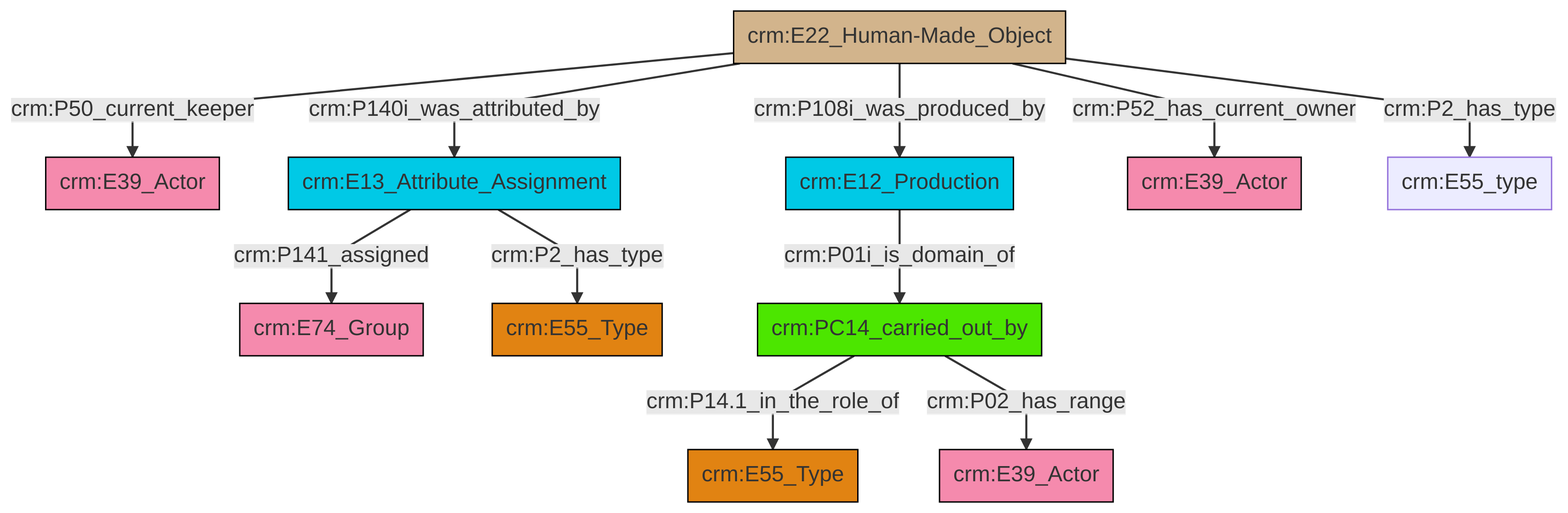
Before: et/artworkCSV/ttl/mmd/png/Artwork_Actor_Relations.png, a diagram exported from Mermaid (swiss-art-research-net/reference-data-models). Its source is kept beside it as et/artworkCSV/ttl/mmd/Artwork_Actor_Relations.ttl.mmd.
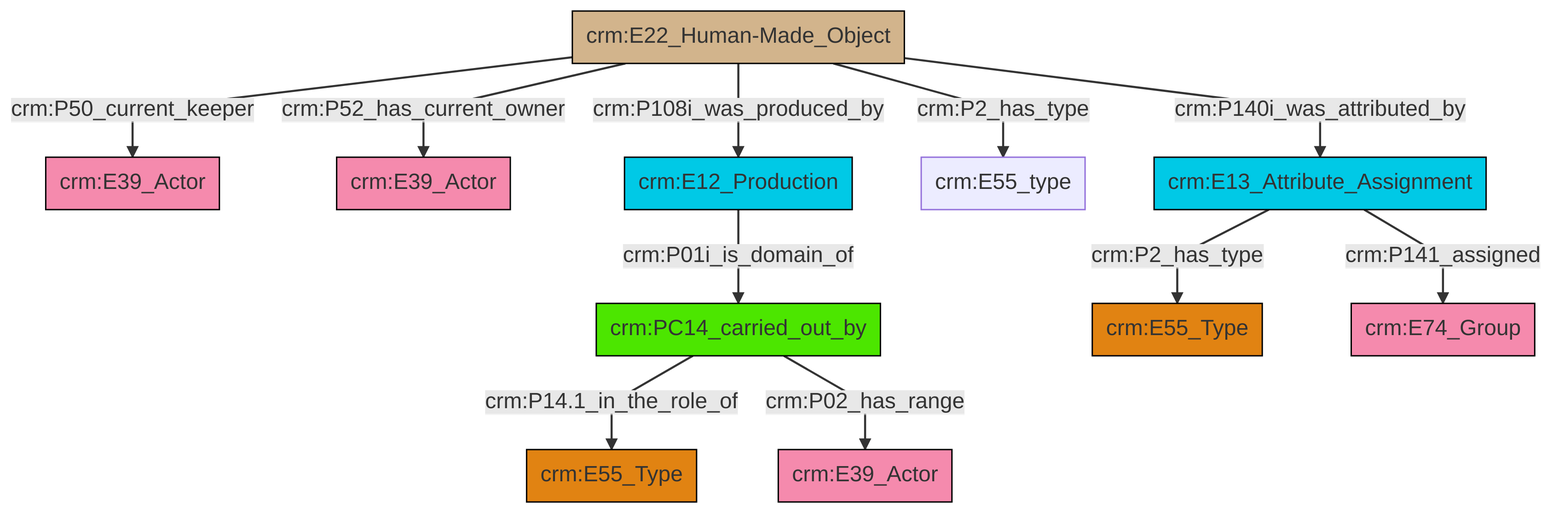
Above is the later version.

What changed in the source:
```diff
@@ -13,13 +13,13 @@
 classDef PC_Classes fill:#4ce600, stroke:#000000;
 classDef Multi fill:#cccccc,stroke:#000000;
 
-2["crm:E22_Human-Made_Object"]:::Physical_Thing -->|crm:P50_current_keeper| 3["crm:E39_Actor"]:::Actor
-2["crm:E22_Human-Made_Object"]:::Physical_Thing -->|crm:P140i_was_attributed_by| 4["crm:E13_Attribute_Assignment"]:::Temporal_Entity
-8["crm:E12_Production"]:::Temporal_Entity -->|crm:P01i_is_domain_of| 9["crm:PC14_carried_out_by"]:::PC_Classes
-2["crm:E22_Human-Made_Object"]:::Physical_Thing -->|crm:P52_has_current_owner| 11["crm:E39_Actor"]:::Actor
-4["crm:E13_Attribute_Assignment"]:::Temporal_Entity -->|crm:P141_assigned| 0["crm:E74_Group"]:::Actor
-9["crm:PC14_carried_out_by"]:::PC_Classes -->|crm:P14.1_in_the_role_of| 18["crm:E55_Type"]:::Type
-2["crm:E22_Human-Made_Object"]:::Physical_Thing -->|crm:P2_has_type| 13["crm:E55_type"]:::Default
-4["crm:E13_Attribute_Assignment"]:::Temporal_Entity -->|crm:P2_has_type| 6["crm:E55_Type"]:::Type
-9["crm:PC14_carried_out_by"]:::PC_Classes -->|crm:P02_has_range| 19["crm:E39_Actor"]:::Actor
-2["crm:E22_Human-Made_Object"]:::Physical_Thing -->|crm:P108i_was_produced_by| 8["crm:E12_Production"]:::Temporal_Entity
+0["crm:E22_Human-Made_Object"]:::Physical_Thing -->|crm:P50_current_keeper| 1["crm:E39_Actor"]:::Actor
+0["crm:E22_Human-Made_Object"]:::Physical_Thing -->|crm:P52_has_current_owner| 2["crm:E39_Actor"]:::Actor
+3["crm:PC14_carried_out_by"]:::PC_Classes -->|crm:P14.1_in_the_role_of| 4["crm:E55_Type"]:::Type
+5["crm:E13_Attribute_Assignment"]:::Temporal_Entity -->|crm:P2_has_type| 6["crm:E55_Type"]:::Type
+5["crm:E13_Attribute_Assignment"]:::Temporal_Entity -->|crm:P141_assigned| 7["crm:E74_Group"]:::Actor
+13["crm:E12_Production"]:::Temporal_Entity -->|crm:P01i_is_domain_of| 3["crm:PC14_carried_out_by"]:::PC_Classes
+3["crm:PC14_carried_out_by"]:::PC_Classes -->|crm:P02_has_range| 17["crm:E39_Actor"]:::Actor
+0["crm:E22_Human-Made_Object"]:::Physical_Thing -->|crm:P140i_was_attributed_by| 5["crm:E13_Attribute_Assignment"]:::Temporal_Entity
+0["crm:E22_Human-Made_Object"]:::Physical_Thing -->|crm:P108i_was_produced_by| 13["crm:E12_Production"]:::Temporal_Entity
+0["crm:E22_Human-Made_Object"]:::Physical_Thing -->|crm:P2_has_type| 11["crm:E55_type"]:::Default
```
